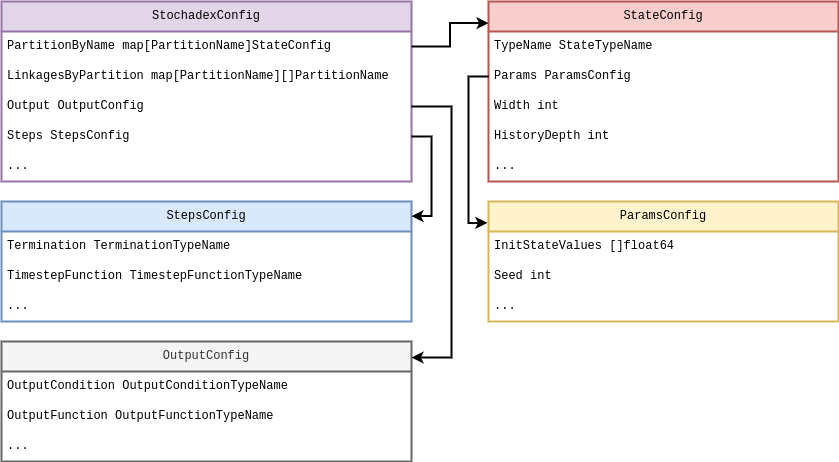
Above: images/stochadex-data-types.drawio.png in umbralcalc/worlds-of-observation (draw.io), before the change. Source tidied: cells renumbered, new cells last; positions are measured from the earlier drawing's top-left corner, leaving out a move shared by most shapes.
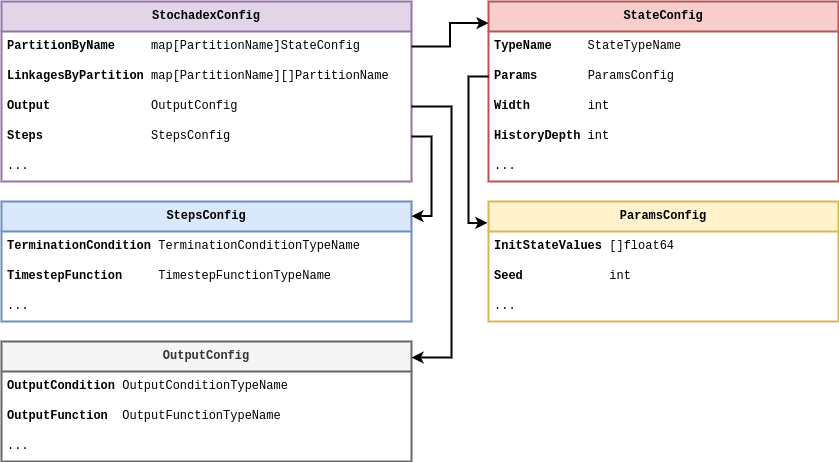
Later version of the same file.

Commit message:
finished data types section

Change to the diagram source:
```diff
@@ -2,37 +2,37 @@
   <root>
     <mxCell id="0" />
     <mxCell id="1" parent="0" />
-    <mxCell id="2" value="StochadexConfig" style="swimlane;fontStyle=0;horizontal=1;startSize=30;whiteSpace=wrap;html=1;fontFamily=Courier New;fillColor=#e1d5e7;strokeColor=#9673a6;strokeWidth=2;" parent="1" vertex="1">
+    <mxCell id="2" value="&lt;b&gt;StochadexConfig&lt;/b&gt;" style="swimlane;fontStyle=0;horizontal=1;startSize=30;whiteSpace=wrap;html=1;fontFamily=Courier New;fillColor=#e1d5e7;strokeColor=#9673a6;strokeWidth=2;" parent="1" vertex="1">
       <mxGeometry width="410" height="180" as="geometry" />
     </mxCell>
-    <mxCell id="3" value="PartitionByName map[PartitionName]StateConfig" style="text;strokeColor=none;fillColor=none;align=left;verticalAlign=middle;spacingLeft=4;spacingRight=4;overflow=hidden;points=[[0,0.5],[1,0.5]];portConstraint=eastwest;whiteSpace=wrap;html=1;fontFamily=Courier New;" parent="2" vertex="1">
+    <mxCell id="3" value="&lt;b&gt;PartitionByName&lt;/b&gt;&amp;nbsp; &amp;nbsp; &amp;nbsp;map[PartitionName]StateConfig" style="text;strokeColor=none;fillColor=none;align=left;verticalAlign=middle;spacingLeft=4;spacingRight=4;overflow=hidden;points=[[0,0.5],[1,0.5]];portConstraint=eastwest;whiteSpace=wrap;html=1;fontFamily=Courier New;" parent="2" vertex="1">
       <mxGeometry y="30" width="410" height="30" as="geometry" />
     </mxCell>
-    <mxCell id="4" value="LinkagesByPartition map[PartitionName][]PartitionName" style="text;strokeColor=none;fillColor=none;align=left;verticalAlign=middle;spacingLeft=4;spacingRight=4;overflow=hidden;whiteSpace=wrap;html=1;fontFamily=Courier New;" parent="2" vertex="1">
+    <mxCell id="4" value="&lt;b&gt;LinkagesByPartition&lt;/b&gt; map[PartitionName][]PartitionName" style="text;strokeColor=none;fillColor=none;align=left;verticalAlign=middle;spacingLeft=4;spacingRight=4;overflow=hidden;whiteSpace=wrap;html=1;fontFamily=Courier New;" parent="2" vertex="1">
       <mxGeometry y="60" width="410" height="30" as="geometry" />
     </mxCell>
-    <mxCell id="5" value="Output OutputConfig" style="text;strokeColor=none;fillColor=none;align=left;verticalAlign=middle;spacingLeft=4;spacingRight=4;overflow=hidden;points=[[0,0.5],[1,0.5]];portConstraint=eastwest;whiteSpace=wrap;html=1;fontFamily=Courier New;" parent="2" vertex="1">
+    <mxCell id="5" value="&lt;b&gt;Output&lt;/b&gt;&amp;nbsp; &amp;nbsp; &amp;nbsp; &amp;nbsp; &amp;nbsp; &amp;nbsp; &amp;nbsp; OutputConfig" style="text;strokeColor=none;fillColor=none;align=left;verticalAlign=middle;spacingLeft=4;spacingRight=4;overflow=hidden;points=[[0,0.5],[1,0.5]];portConstraint=eastwest;whiteSpace=wrap;html=1;fontFamily=Courier New;" parent="2" vertex="1">
       <mxGeometry y="90" width="410" height="30" as="geometry" />
     </mxCell>
-    <mxCell id="6" value="Steps StepsConfig" style="text;strokeColor=none;fillColor=none;align=left;verticalAlign=middle;spacingLeft=4;spacingRight=4;overflow=hidden;points=[[0,0.5],[1,0.5]];portConstraint=eastwest;whiteSpace=wrap;html=1;fontFamily=Courier New;" parent="2" vertex="1">
+    <mxCell id="6" value="&lt;b&gt;Steps&lt;/b&gt;&amp;nbsp; &amp;nbsp; &amp;nbsp; &amp;nbsp; &amp;nbsp; &amp;nbsp; &amp;nbsp; &amp;nbsp;StepsConfig" style="text;strokeColor=none;fillColor=none;align=left;verticalAlign=middle;spacingLeft=4;spacingRight=4;overflow=hidden;points=[[0,0.5],[1,0.5]];portConstraint=eastwest;whiteSpace=wrap;html=1;fontFamily=Courier New;" parent="2" vertex="1">
       <mxGeometry y="120" width="410" height="30" as="geometry" />
     </mxCell>
     <mxCell id="7" value="..." style="text;strokeColor=none;fillColor=none;align=left;verticalAlign=middle;spacingLeft=4;spacingRight=4;overflow=hidden;whiteSpace=wrap;html=1;fontFamily=Courier New;" parent="2" vertex="1">
       <mxGeometry y="150" width="410" height="30" as="geometry" />
     </mxCell>
-    <mxCell id="8" value="StateConfig" style="swimlane;fontStyle=0;horizontal=1;startSize=30;whiteSpace=wrap;html=1;fontFamily=Courier New;fillColor=#f8cecc;strokeColor=#b85450;strokeWidth=2;" parent="1" vertex="1">
+    <mxCell id="8" value="&lt;b&gt;StateConfig&lt;/b&gt;" style="swimlane;fontStyle=0;horizontal=1;startSize=30;whiteSpace=wrap;html=1;fontFamily=Courier New;fillColor=#f8cecc;strokeColor=#b85450;strokeWidth=2;" parent="1" vertex="1">
       <mxGeometry x="487" width="350" height="180" as="geometry" />
     </mxCell>
-    <mxCell id="9" value="TypeName StateTypeName" style="text;strokeColor=none;fillColor=none;align=left;verticalAlign=middle;spacingLeft=4;spacingRight=4;overflow=hidden;whiteSpace=wrap;html=1;fontFamily=Courier New;" parent="8" vertex="1">
+    <mxCell id="9" value="&lt;b&gt;TypeName&lt;/b&gt;&amp;nbsp; &amp;nbsp; &amp;nbsp;StateTypeName" style="text;strokeColor=none;fillColor=none;align=left;verticalAlign=middle;spacingLeft=4;spacingRight=4;overflow=hidden;whiteSpace=wrap;html=1;fontFamily=Courier New;" parent="8" vertex="1">
       <mxGeometry y="30" width="350" height="30" as="geometry" />
     </mxCell>
-    <mxCell id="10" value="Params ParamsConfig" style="text;strokeColor=none;fillColor=none;align=left;verticalAlign=middle;spacingLeft=4;spacingRight=4;overflow=hidden;points=[[0,0.5],[1,0.5]];portConstraint=eastwest;whiteSpace=wrap;html=1;fontFamily=Courier New;" parent="8" vertex="1">
+    <mxCell id="10" value="&lt;b&gt;Params&amp;nbsp;&lt;/b&gt; &amp;nbsp; &amp;nbsp; &amp;nbsp;ParamsConfig" style="text;strokeColor=none;fillColor=none;align=left;verticalAlign=middle;spacingLeft=4;spacingRight=4;overflow=hidden;points=[[0,0.5],[1,0.5]];portConstraint=eastwest;whiteSpace=wrap;html=1;fontFamily=Courier New;" parent="8" vertex="1">
       <mxGeometry y="60" width="350" height="30" as="geometry" />
     </mxCell>
-    <mxCell id="11" value="Width int" style="text;strokeColor=none;fillColor=none;align=left;verticalAlign=middle;spacingLeft=4;spacingRight=4;overflow=hidden;whiteSpace=wrap;html=1;fontFamily=Courier New;" parent="8" vertex="1">
+    <mxCell id="11" value="&lt;b&gt;Width&lt;/b&gt;&amp;nbsp; &amp;nbsp; &amp;nbsp; &amp;nbsp; int" style="text;strokeColor=none;fillColor=none;align=left;verticalAlign=middle;spacingLeft=4;spacingRight=4;overflow=hidden;whiteSpace=wrap;html=1;fontFamily=Courier New;" parent="8" vertex="1">
       <mxGeometry y="90" width="350" height="30" as="geometry" />
     </mxCell>
-    <mxCell id="12" value="HistoryDepth int" style="text;strokeColor=none;fillColor=none;align=left;verticalAlign=middle;spacingLeft=4;spacingRight=4;overflow=hidden;whiteSpace=wrap;html=1;fontFamily=Courier New;" parent="8" vertex="1">
+    <mxCell id="12" value="&lt;b&gt;HistoryDepth&lt;/b&gt; int" style="text;strokeColor=none;fillColor=none;align=left;verticalAlign=middle;spacingLeft=4;spacingRight=4;overflow=hidden;whiteSpace=wrap;html=1;fontFamily=Courier New;" parent="8" vertex="1">
       <mxGeometry y="120" width="350" height="30" as="geometry" />
     </mxCell>
     <mxCell id="13" value="..." style="text;strokeColor=none;fillColor=none;align=left;verticalAlign=middle;spacingLeft=4;spacingRight=4;overflow=hidden;whiteSpace=wrap;html=1;fontFamily=Courier New;" parent="8" vertex="1">
@@ -41,25 +41,25 @@
     <mxCell id="14" style="edgeStyle=orthogonalEdgeStyle;rounded=0;jettySize=auto;html=1;entryX=0;entryY=0.12;entryDx=0;entryDy=0;entryPerimeter=0;strokeWidth=2;" parent="1" edge="1" source="3" target="8">
       <mxGeometry relative="1" as="geometry" />
     </mxCell>
-    <mxCell id="15" value="StepsConfig" style="swimlane;fontStyle=0;horizontal=1;startSize=30;whiteSpace=wrap;html=1;fontFamily=Courier New;fillColor=#dae8fc;strokeColor=#6c8ebf;strokeWidth=2;" parent="1" vertex="1">
+    <mxCell id="15" value="&lt;b&gt;StepsConfig&lt;/b&gt;" style="swimlane;fontStyle=0;horizontal=1;startSize=30;whiteSpace=wrap;html=1;fontFamily=Courier New;fillColor=#dae8fc;strokeColor=#6c8ebf;strokeWidth=2;" parent="1" vertex="1">
       <mxGeometry y="200" width="410" height="120" as="geometry" />
     </mxCell>
-    <mxCell id="16" value="Termination TerminationTypeName" style="text;strokeColor=none;fillColor=none;align=left;verticalAlign=middle;spacingLeft=4;spacingRight=4;overflow=hidden;whiteSpace=wrap;html=1;fontFamily=Courier New;" parent="15" vertex="1">
+    <mxCell id="16" value="&lt;b&gt;TerminationCondition&lt;/b&gt; TerminationConditionTypeName" style="text;strokeColor=none;fillColor=none;align=left;verticalAlign=middle;spacingLeft=4;spacingRight=4;overflow=hidden;whiteSpace=wrap;html=1;fontFamily=Courier New;" parent="15" vertex="1">
       <mxGeometry y="30" width="410" height="30" as="geometry" />
     </mxCell>
-    <mxCell id="17" value="TimestepFunction TimestepFunctionTypeName" style="text;strokeColor=none;fillColor=none;align=left;verticalAlign=middle;spacingLeft=4;spacingRight=4;overflow=hidden;whiteSpace=wrap;html=1;fontFamily=Courier New;" parent="15" vertex="1">
+    <mxCell id="17" value="&lt;b&gt;TimestepFunction&lt;/b&gt;&amp;nbsp; &amp;nbsp; &amp;nbsp;TimestepFunctionTypeName" style="text;strokeColor=none;fillColor=none;align=left;verticalAlign=middle;spacingLeft=4;spacingRight=4;overflow=hidden;whiteSpace=wrap;html=1;fontFamily=Courier New;" parent="15" vertex="1">
       <mxGeometry y="60" width="410" height="30" as="geometry" />
     </mxCell>
     <mxCell id="18" value="..." style="text;strokeColor=none;fillColor=none;align=left;verticalAlign=middle;spacingLeft=4;spacingRight=4;overflow=hidden;whiteSpace=wrap;html=1;fontFamily=Courier New;" parent="15" vertex="1">
       <mxGeometry y="90" width="410" height="30" as="geometry" />
     </mxCell>
-    <mxCell id="19" value="ParamsConfig" style="swimlane;fontStyle=0;horizontal=1;startSize=30;whiteSpace=wrap;html=1;fontFamily=Courier New;strokeWidth=2;fillColor=#fff2cc;strokeColor=#d6b656;" parent="1" vertex="1">
+    <mxCell id="19" value="&lt;b&gt;ParamsConfig&lt;/b&gt;" style="swimlane;fontStyle=0;horizontal=1;startSize=30;whiteSpace=wrap;html=1;fontFamily=Courier New;strokeWidth=2;fillColor=#fff2cc;strokeColor=#d6b656;" parent="1" vertex="1">
       <mxGeometry x="487" y="200" width="350" height="120" as="geometry" />
     </mxCell>
-    <mxCell id="20" value="InitStateValues []float64" style="text;strokeColor=none;fillColor=none;align=left;verticalAlign=middle;spacingLeft=4;spacingRight=4;overflow=hidden;whiteSpace=wrap;html=1;fontFamily=Courier New;" parent="19" vertex="1">
+    <mxCell id="20" value="&lt;b&gt;InitStateValues&lt;/b&gt; []float64" style="text;strokeColor=none;fillColor=none;align=left;verticalAlign=middle;spacingLeft=4;spacingRight=4;overflow=hidden;whiteSpace=wrap;html=1;fontFamily=Courier New;" parent="19" vertex="1">
       <mxGeometry y="30" width="350" height="30" as="geometry" />
     </mxCell>
-    <mxCell id="21" value="Seed int" style="text;strokeColor=none;fillColor=none;align=left;verticalAlign=middle;spacingLeft=4;spacingRight=4;overflow=hidden;whiteSpace=wrap;html=1;fontFamily=Courier New;" parent="19" vertex="1">
+    <mxCell id="21" value="&lt;b&gt;Seed&lt;/b&gt;&amp;nbsp; &amp;nbsp; &amp;nbsp; &amp;nbsp; &amp;nbsp; &amp;nbsp; int" style="text;strokeColor=none;fillColor=none;align=left;verticalAlign=middle;spacingLeft=4;spacingRight=4;overflow=hidden;whiteSpace=wrap;html=1;fontFamily=Courier New;" parent="19" vertex="1">
       <mxGeometry y="60" width="350" height="30" as="geometry" />
     </mxCell>
     <mxCell id="22" value="..." style="text;strokeColor=none;fillColor=none;align=left;verticalAlign=middle;spacingLeft=4;spacingRight=4;overflow=hidden;whiteSpace=wrap;html=1;fontFamily=Courier New;" parent="19" vertex="1">
@@ -76,13 +76,13 @@
         </Array>
       </mxGeometry>
     </mxCell>
-    <mxCell id="25" value="OutputConfig" style="swimlane;fontStyle=0;horizontal=1;startSize=30;whiteSpace=wrap;html=1;fontFamily=Courier New;fillColor=#f5f5f5;strokeColor=#666666;strokeWidth=2;fontColor=#333333;" parent="1" vertex="1">
+    <mxCell id="25" value="&lt;b&gt;OutputConfig&lt;/b&gt;" style="swimlane;fontStyle=0;horizontal=1;startSize=30;whiteSpace=wrap;html=1;fontFamily=Courier New;fillColor=#f5f5f5;strokeColor=#666666;strokeWidth=2;fontColor=#333333;" parent="1" vertex="1">
       <mxGeometry y="340" width="410" height="120" as="geometry" />
     </mxCell>
-    <mxCell id="26" value="OutputCondition OutputConditionTypeName" style="text;strokeColor=none;fillColor=none;align=left;verticalAlign=middle;spacingLeft=4;spacingRight=4;overflow=hidden;whiteSpace=wrap;html=1;fontFamily=Courier New;" parent="25" vertex="1">
+    <mxCell id="26" value="&lt;b&gt;OutputCondition&lt;/b&gt; OutputConditionTypeName" style="text;strokeColor=none;fillColor=none;align=left;verticalAlign=middle;spacingLeft=4;spacingRight=4;overflow=hidden;whiteSpace=wrap;html=1;fontFamily=Courier New;" parent="25" vertex="1">
       <mxGeometry y="30" width="410" height="30" as="geometry" />
     </mxCell>
-    <mxCell id="27" value="OutputFunction OutputFunctionTypeName" style="text;strokeColor=none;fillColor=none;align=left;verticalAlign=middle;spacingLeft=4;spacingRight=4;overflow=hidden;whiteSpace=wrap;html=1;fontFamily=Courier New;" parent="25" vertex="1">
+    <mxCell id="27" value="&lt;b&gt;OutputFunction&lt;/b&gt;&amp;nbsp; OutputFunctionTypeName" style="text;strokeColor=none;fillColor=none;align=left;verticalAlign=middle;spacingLeft=4;spacingRight=4;overflow=hidden;whiteSpace=wrap;html=1;fontFamily=Courier New;" parent="25" vertex="1">
       <mxGeometry y="60" width="410" height="30" as="geometry" />
     </mxCell>
     <mxCell id="28" value="..." style="text;strokeColor=none;fillColor=none;align=left;verticalAlign=middle;spacingLeft=4;spacingRight=4;overflow=hidden;whiteSpace=wrap;html=1;fontFamily=Courier New;" parent="25" vertex="1">
```
